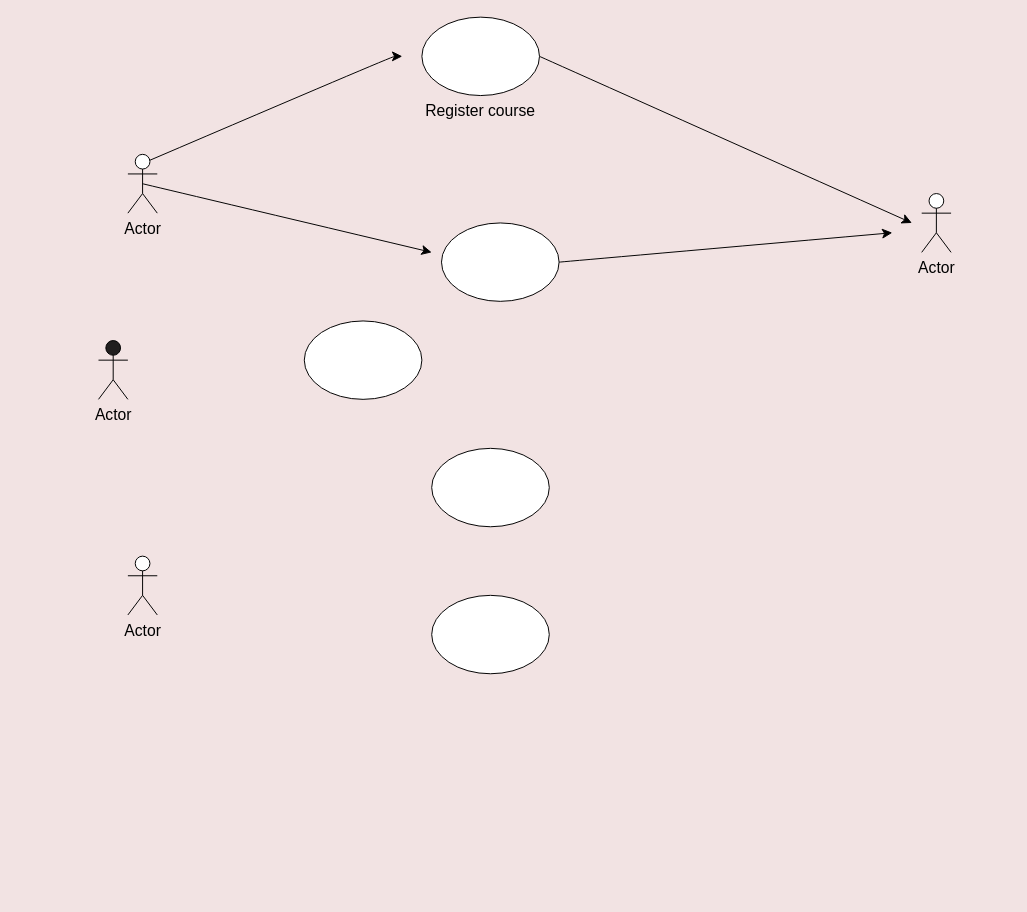
Earlier version of the draw.io diagram Untitled Diagram.drawio (tarunganesh2004/SE-LAB). Source tidied: cells renumbered, new cells numbered last; positions are measured from the earlier drawing's top-left corner, leaving out a move shared by most shapes. Both pictures are drawn from the tidied source at 98%, with x=0, y=0 at pixel (98, 17).
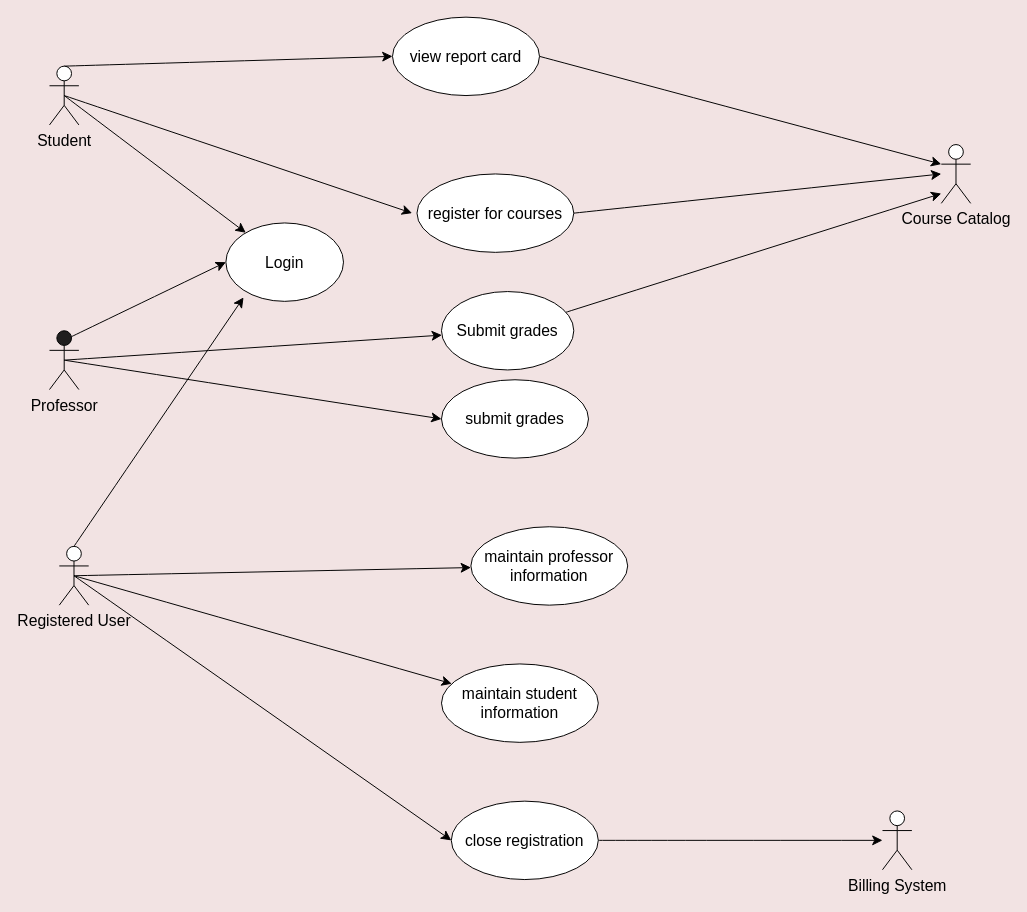
The same diagram, later.

Commit message:
State diagram(17-1-24)

The edit, as a diff of the source:
```diff
@@
     <mxCell id="2" style="edgeStyle=none;curved=1;rounded=0;jettySize=auto;html=1;exitX=0.5;exitY=0.5;exitDx=0;exitDy=0;exitPerimeter=0;fontSize=12;startSize=8;endSize=8;" parent="1" edge="1" source="3">
       <mxGeometry relative="1" as="geometry">
-        <mxPoint x="340" y="240" as="targetPoint" />
+        <mxPoint x="320" y="200" as="targetPoint" />
       </mxGeometry>
     </mxCell>
+    <mxCell id="16" style="edgeStyle=none;curved=1;rounded=0;jettySize=auto;html=1;exitX=0.5;exitY=0;exitDx=0;exitDy=0;exitPerimeter=0;entryX=0;entryY=0.5;entryDx=0;entryDy=0;fontSize=12;startSize=8;endSize=8;" parent="1" edge="1" source="3" target="8">
+      <mxGeometry relative="1" as="geometry" />
+    </mxCell>
+    <mxCell id="17" style="edgeStyle=none;curved=1;rounded=0;jettySize=auto;html=1;exitX=0.5;exitY=0.5;exitDx=0;exitDy=0;exitPerimeter=0;fontSize=12;startSize=8;endSize=8;" parent="1" edge="1" source="3" target="11">
+      <mxGeometry relative="1" as="geometry" />
+    </mxCell>
-    <mxCell id="3" value="Actor" style="shape=umlActor;verticalLabelPosition=bottom;verticalAlign=top;html=1;outlineConnect=0;fontSize=16;" parent="1" vertex="1">
-      <mxGeometry x="30" y="140" width="30" height="60" as="geometry" />
+    <mxCell id="3" value="Student" style="shape=umlActor;verticalLabelPosition=bottom;verticalAlign=top;html=1;outlineConnect=0;fontSize=16;" parent="1" vertex="1">
+      <mxGeometry x="-50" y="50" width="30" height="60" as="geometry" />
     </mxCell>
-    <mxCell id="4" value="Actor" style="shape=umlActor;verticalLabelPosition=bottom;verticalAlign=top;html=1;outlineConnect=0;fontSize=16;" parent="1" vertex="1">
-      <mxGeometry x="840" y="180" width="30" height="60" as="geometry" />
+    <mxCell id="4" value="Course Catalog" style="shape=umlActor;verticalLabelPosition=bottom;verticalAlign=top;html=1;outlineConnect=0;fontSize=16;" parent="1" vertex="1">
+      <mxGeometry x="860" y="130" width="30" height="60" as="geometry" />
     </mxCell>
+    <mxCell id="18" style="edgeStyle=none;curved=1;rounded=0;jettySize=auto;html=1;exitX=0.75;exitY=0.1;exitDx=0;exitDy=0;exitPerimeter=0;entryX=0;entryY=0.5;entryDx=0;entryDy=0;fontSize=12;startSize=8;endSize=8;" parent="1" edge="1" source="5" target="11">
+      <mxGeometry relative="1" as="geometry" />
+    </mxCell>
+    <mxCell id="19" style="edgeStyle=none;curved=1;rounded=0;jettySize=auto;html=1;exitX=0.5;exitY=0.5;exitDx=0;exitDy=0;exitPerimeter=0;fontSize=12;startSize=8;endSize=8;" parent="1" edge="1" source="5" target="29">
+      <mxGeometry relative="1" as="geometry" />
+    </mxCell>
+    <mxCell id="20" style="edgeStyle=none;curved=1;rounded=0;jettySize=auto;html=1;exitX=0.5;exitY=0.5;exitDx=0;exitDy=0;exitPerimeter=0;entryX=0;entryY=0.5;entryDx=0;entryDy=0;fontSize=12;startSize=8;endSize=8;" parent="1" edge="1" source="5" target="31">
+      <mxGeometry relative="1" as="geometry" />
+    </mxCell>
-    <mxCell id="5" value="Actor" style="shape=umlActor;verticalLabelPosition=bottom;verticalAlign=top;html=1;outlineConnect=0;fontSize=16;fillStyle=solid;fillColor=#201e1e;" parent="1" vertex="1">
-      <mxGeometry y="330" width="30" height="60" as="geometry" />
+    <mxCell id="5" value="Professor" style="shape=umlActor;verticalLabelPosition=bottom;verticalAlign=top;html=1;outlineConnect=0;fontSize=16;fillStyle=solid;fillColor=#201e1e;" parent="1" vertex="1">
+      <mxGeometry x="-50" y="320" width="30" height="60" as="geometry" />
     </mxCell>
+    <mxCell id="21" style="edgeStyle=none;curved=1;rounded=0;jettySize=auto;html=1;exitX=0.5;exitY=0.5;exitDx=0;exitDy=0;exitPerimeter=0;fontSize=12;startSize=8;endSize=8;" parent="1" edge="1" source="6" target="13">
+      <mxGeometry relative="1" as="geometry" />
+    </mxCell>
+    <mxCell id="22" style="edgeStyle=none;curved=1;rounded=0;jettySize=auto;html=1;exitX=0.5;exitY=0.5;exitDx=0;exitDy=0;exitPerimeter=0;entryX=0;entryY=0.5;entryDx=0;entryDy=0;fontSize=12;startSize=8;endSize=8;" parent="1" edge="1" source="6" target="26">
+      <mxGeometry relative="1" as="geometry" />
+    </mxCell>
+    <mxCell id="23" style="edgeStyle=none;curved=1;rounded=0;jettySize=auto;html=1;exitX=0.5;exitY=0.5;exitDx=0;exitDy=0;exitPerimeter=0;fontSize=12;startSize=8;endSize=8;" parent="1" edge="1" source="6" target="30">
+      <mxGeometry relative="1" as="geometry" />
+    </mxCell>
-    <mxCell id="6" value="Actor" style="shape=umlActor;verticalLabelPosition=bottom;verticalAlign=top;html=1;outlineConnect=0;fontSize=16;" parent="1" vertex="1">
-      <mxGeometry x="30" y="550" width="30" height="60" as="geometry" />
+    <mxCell id="6" value="Registered User" style="shape=umlActor;verticalLabelPosition=bottom;verticalAlign=top;html=1;outlineConnect=0;fontSize=16;" parent="1" vertex="1">
+      <mxGeometry x="-40" y="540" width="30" height="60" as="geometry" />
     </mxCell>
-    <mxCell id="7" style="edgeStyle=none;curved=1;rounded=0;jettySize=auto;html=1;exitX=1;exitY=0.5;exitDx=0;exitDy=0;fontSize=12;startSize=8;endSize=8;" parent="1" edge="1" source="8">
-      <mxGeometry relative="1" as="geometry">
-        <mxPoint x="830" y="210" as="targetPoint" />
-      </mxGeometry>
+    <mxCell id="7" style="edgeStyle=none;curved=1;rounded=0;jettySize=auto;html=1;exitX=1;exitY=0.5;exitDx=0;exitDy=0;fontSize=12;startSize=8;endSize=8;entryX=0;entryY=0.3333333333333333;entryDx=0;entryDy=0;entryPerimeter=0;" parent="1" edge="1" source="8" target="4">
+      <mxGeometry relative="1" as="geometry" />
     </mxCell>
-    <mxCell id="8" style="ellipse;whiteSpace=wrap;html=1;fontSize=16;" parent="1" vertex="1">
-      <mxGeometry x="330" width="120" height="80" as="geometry" />
+    <mxCell id="8" value="view report card" style="ellipse;whiteSpace=wrap;html=1;fontSize=16;" parent="1" vertex="1">
+      <mxGeometry x="300" width="150" height="80" as="geometry" />
     </mxCell>
     <mxCell id="9" style="edgeStyle=none;curved=1;rounded=0;jettySize=auto;html=1;exitX=1;exitY=0.5;exitDx=0;exitDy=0;fontSize=12;startSize=8;endSize=8;" parent="1" edge="1" source="10">
       <mxGeometry relative="1" as="geometry">
-        <mxPoint x="810" y="220" as="targetPoint" />
+        <mxPoint x="860" y="160" as="targetPoint" />
       </mxGeometry>
     </mxCell>
-    <mxCell id="10" style="ellipse;whiteSpace=wrap;html=1;fontSize=16;" parent="1" vertex="1">
-      <mxGeometry x="350" y="210" width="120" height="80" as="geometry" />
+    <mxCell id="10" value="register for courses" style="ellipse;whiteSpace=wrap;html=1;fontSize=16;" parent="1" vertex="1">
+      <mxGeometry x="325" y="160" width="160" height="80" as="geometry" />
     </mxCell>
-    <mxCell id="11" style="ellipse;whiteSpace=wrap;html=1;fontSize=16;" parent="1" vertex="1">
-      <mxGeometry x="210" y="310" width="120" height="80" as="geometry" />
+    <mxCell id="11" value="Login" style="ellipse;whiteSpace=wrap;html=1;fontSize=16;" parent="1" vertex="1">
+      <mxGeometry x="130" y="210" width="120" height="80" as="geometry" />
     </mxCell>
-    <mxCell id="12" style="ellipse;whiteSpace=wrap;html=1;fontSize=16;" parent="1" vertex="1">
-      <mxGeometry x="340" y="440" width="120" height="80" as="geometry" />
-    </mxCell>
-    <mxCell id="13" style="ellipse;whiteSpace=wrap;html=1;fontSize=16;" parent="1" vertex="1">
-      <mxGeometry x="340" y="590" width="120" height="80" as="geometry" />
+    <mxCell id="13" value="maintain student information" style="ellipse;whiteSpace=wrap;html=1;fontSize=16;" parent="1" vertex="1">
+      <mxGeometry x="350" y="660" width="160" height="80" as="geometry" />
     </mxCell>
-    <mxCell id="14" style="edgeStyle=none;curved=1;rounded=0;jettySize=auto;html=1;exitX=0.75;exitY=0.1;exitDx=0;exitDy=0;exitPerimeter=0;fontSize=12;startSize=8;endSize=8;" parent="1" edge="1" source="3">
-      <mxGeometry relative="1" as="geometry">
-        <mxPoint x="310" y="40" as="targetPoint" />
-        <Array as="points">
-          <mxPoint x="300" y="40" />
-        </Array>
-      </mxGeometry>
-    </mxCell>
-    <mxCell id="15" value="Register course" style="text;strokeColor=none;fillColor=none;html=1;align=center;verticalAlign=middle;whiteSpace=wrap;rounded=0;fontSize=16;" parent="1" vertex="1">
-      <mxGeometry x="265" y="80" width="250" height="30" as="geometry" />
-    </mxCell>
+    <mxCell id="24" style="edgeStyle=none;curved=1;rounded=0;jettySize=auto;html=1;exitX=0.5;exitY=0;exitDx=0;exitDy=0;exitPerimeter=0;entryX=0.15;entryY=0.95;entryDx=0;entryDy=0;entryPerimeter=0;fontSize=12;startSize=8;endSize=8;" parent="1" edge="1" source="6" target="11">
+      <mxGeometry relative="1" as="geometry" />
+    </mxCell>
+    <mxCell id="25" style="edgeStyle=none;curved=1;rounded=0;jettySize=auto;html=1;exitX=1;exitY=0.5;exitDx=0;exitDy=0;fontSize=12;startSize=8;endSize=8;" parent="1" edge="1" source="26" target="27">
+      <mxGeometry relative="1" as="geometry" />
+    </mxCell>
+    <mxCell id="26" value="close registration" style="ellipse;whiteSpace=wrap;html=1;fontSize=16;" parent="1" vertex="1">
+      <mxGeometry x="360" y="800" width="150" height="80" as="geometry" />
+    </mxCell>
+    <mxCell id="27" value="Billing System" style="shape=umlActor;verticalLabelPosition=bottom;verticalAlign=top;html=1;outlineConnect=0;fontSize=16;" parent="1" vertex="1">
+      <mxGeometry x="800" y="810" width="30" height="60" as="geometry" />
+    </mxCell>
+    <mxCell id="28" style="edgeStyle=none;curved=1;rounded=0;jettySize=auto;html=1;fontSize=12;startSize=8;endSize=8;" parent="1" edge="1" source="29">
+      <mxGeometry relative="1" as="geometry">
+        <mxPoint x="860" y="180" as="targetPoint" />
+      </mxGeometry>
+    </mxCell>
+    <mxCell id="29" value="Submit grades" style="ellipse;whiteSpace=wrap;html=1;fontSize=16;" parent="1" vertex="1">
+      <mxGeometry x="350" y="280" width="135" height="80" as="geometry" />
+    </mxCell>
+    <mxCell id="30" value="maintain professor information" style="ellipse;whiteSpace=wrap;html=1;fontSize=16;" parent="1" vertex="1">
+      <mxGeometry x="380" y="520" width="160" height="80" as="geometry" />
+    </mxCell>
+    <mxCell id="31" value="submit grades" style="ellipse;whiteSpace=wrap;html=1;fontSize=16;" parent="1" vertex="1">
+      <mxGeometry x="350" y="370" width="150" height="80" as="geometry" />
+    </mxCell>
```
